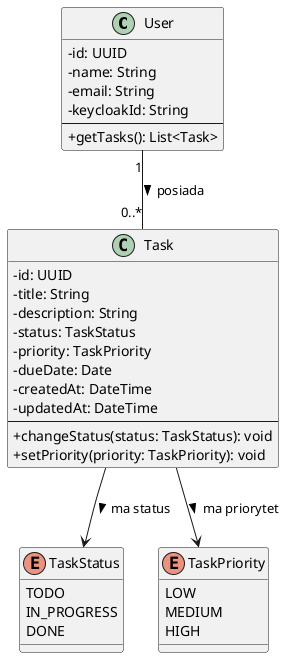
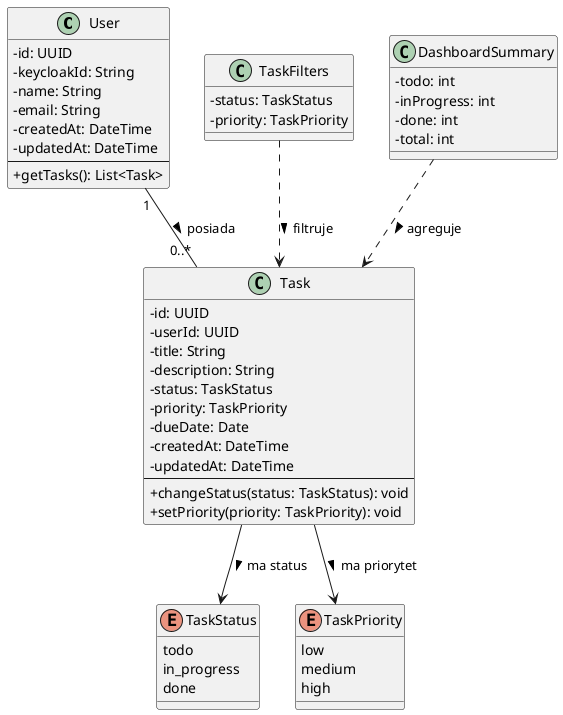
@startuml
skinparam classAttributeIconSize 0

class User {
    - id: UUID
+     - keycloakId: String
    - name: String
    - email: String
-     - keycloakId: String
+     - createdAt: DateTime
+     - updatedAt: DateTime
    --
    + getTasks(): List<Task>
}

class Task {
    - id: UUID
+     - userId: UUID
    - title: String
    - description: String
    - status: TaskStatus
    - priority: TaskPriority
    - dueDate: Date
    - createdAt: DateTime
    - updatedAt: DateTime
    --
    + changeStatus(status: TaskStatus): void
    + setPriority(priority: TaskPriority): void
}

enum TaskStatus {
-     TODO
-     IN_PROGRESS
-     DONE
+     todo
+     in_progress
+     done
}

enum TaskPriority {
-     LOW
-     MEDIUM
-     HIGH
+     low
+     medium
+     high
+ }
+ 
+ class TaskFilters {
+     - status: TaskStatus
+     - priority: TaskPriority
+ }
+ 
+ class DashboardSummary {
+     - todo: int
+     - inProgress: int
+     - done: int
+     - total: int
}

User "1" -- "0..*" Task : posiada >
Task --> TaskStatus : ma status >
Task --> TaskPriority : ma priorytet >
+ TaskFilters ..> Task : filtruje >
+ DashboardSummary ..> Task : agreguje >

@enduml
